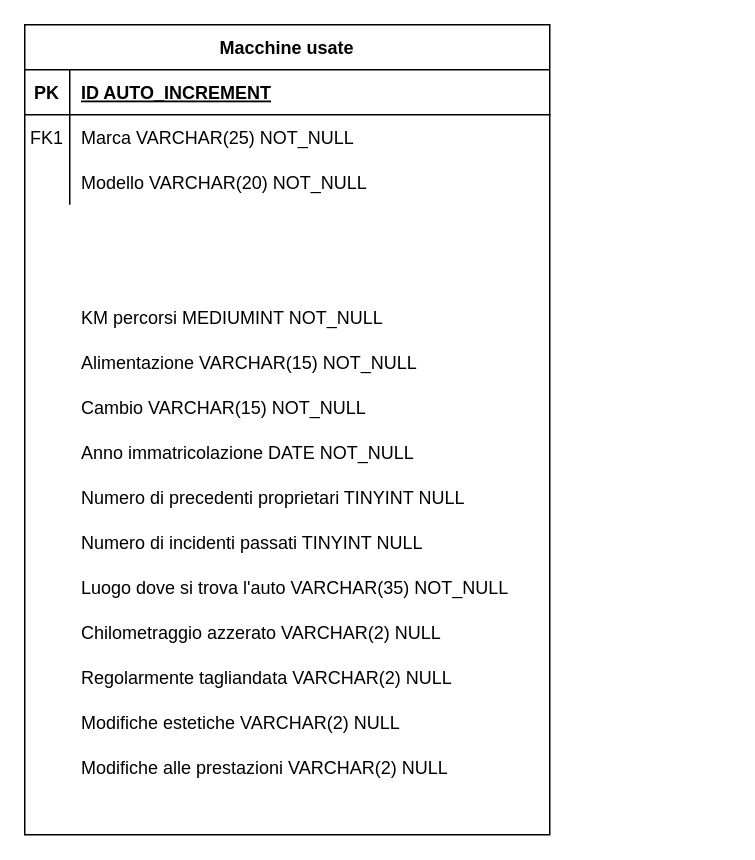
Above: Macchine usate.drawio in alessandro-barate/db-first (draw.io), before the change. Source tidied: cells renumbered, new cells numbered last; positions are measured from the earlier drawing's top-left corner, leaving out a move shared by most shapes. Both pictures are drawn from the tidied source at 150%, with x=0, y=0 at pixel (24, 24).
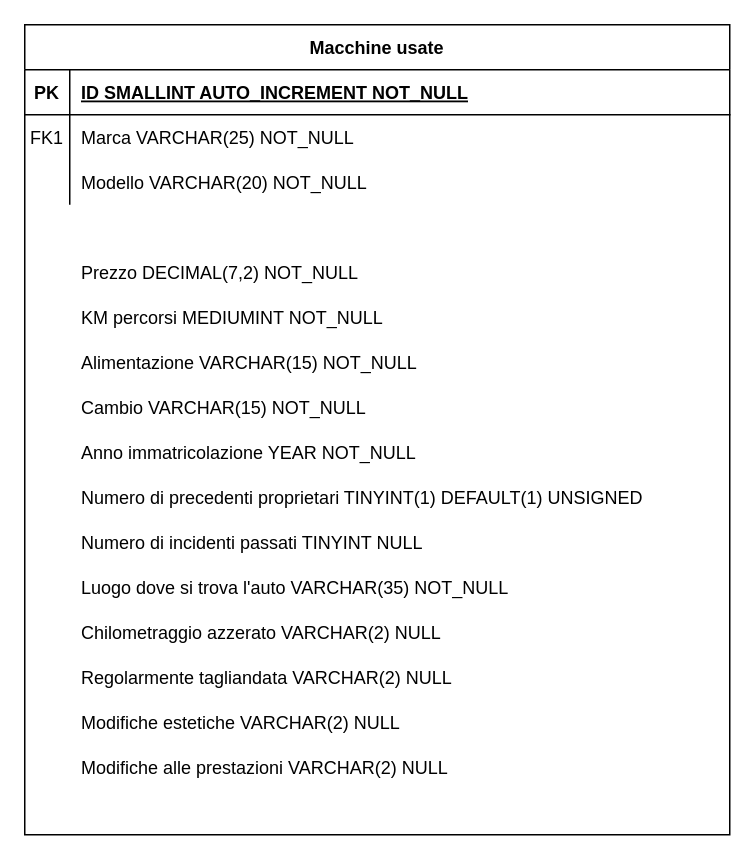
After the change.

Change to the diagram source:
```diff
@@
     <mxCell id="2" value="Macchine usate" style="shape=table;startSize=30;childLayout=tableLayout;rowLines=0;fontStyle=1;align=center;" parent="1" vertex="1">
-      <mxGeometry width="350" height="540" as="geometry" />
+      <mxGeometry width="470" height="540" as="geometry" />
     </mxCell>
     <mxCell id="3" style="shape=partialRectangle;fillColor=none;top=0;left=0;right=0;bottom=1;" parent="2" vertex="1">
-      <mxGeometry y="30" width="350" height="30" as="geometry" />
+      <mxGeometry y="30" width="470" height="30" as="geometry" />
     </mxCell>
@@
-    <mxCell id="5" value="ID AUTO_INCREMENT" style="shape=partialRectangle;overflow=hidden;fillColor=none;top=0;left=0;bottom=0;right=0;align=left;spacingLeft=6;fontStyle=5;" parent="3" vertex="1">
-      <mxGeometry x="30" width="320" height="30" as="geometry" />
+    <mxCell id="5" value="ID SMALLINT AUTO_INCREMENT NOT_NULL" style="shape=partialRectangle;overflow=hidden;fillColor=none;top=0;left=0;bottom=0;right=0;align=left;spacingLeft=6;fontStyle=5;" parent="3" vertex="1">
+      <mxGeometry x="30" width="440" height="30" as="geometry" />
     </mxCell>
     <mxCell id="6" style="shape=partialRectangle;fillColor=none;top=0;left=0;right=0;bottom=0;" parent="2" vertex="1">
-      <mxGeometry y="60" width="350" height="30" as="geometry" />
+      <mxGeometry y="60" width="470" height="30" as="geometry" />
     </mxCell>
@@
     <mxCell id="8" value="Marca VARCHAR(25) NOT_NULL" style="shape=partialRectangle;overflow=hidden;fillColor=none;top=0;left=0;bottom=0;right=0;align=left;spacingLeft=6;" parent="6" vertex="1">
-      <mxGeometry x="30" width="320" height="30" as="geometry" />
+      <mxGeometry x="30" width="440" height="30" as="geometry" />
     </mxCell>
     <mxCell id="9" style="shape=partialRectangle;fillColor=none;top=0;left=0;right=0;bottom=0;" parent="2" vertex="1">
-      <mxGeometry y="90" width="350" height="30" as="geometry" />
+      <mxGeometry y="90" width="470" height="30" as="geometry" />
     </mxCell>
@@
     <mxCell id="11" value="Modello VARCHAR(20) NOT_NULL" style="shape=partialRectangle;overflow=hidden;fillColor=none;top=0;left=0;bottom=0;right=0;align=left;spacingLeft=6;" parent="9" vertex="1">
-      <mxGeometry x="30" width="320" height="30" as="geometry" />
+      <mxGeometry x="30" width="440" height="30" as="geometry" />
     </mxCell>
     <mxCell id="12" value="KM percorsi MEDIUMINT NOT_NULL" style="shape=partialRectangle;overflow=hidden;fillColor=none;top=0;left=0;bottom=0;right=0;align=left;spacingLeft=6;" parent="1" vertex="1">
-      <mxGeometry x="30" y="180" width="320" height="30" as="geometry" />
+      <mxGeometry x="30" y="180" width="440" height="30" as="geometry" />
     </mxCell>
     <mxCell id="13" value="Alimentazione VARCHAR(15) NOT_NULL" style="shape=partialRectangle;overflow=hidden;fillColor=none;top=0;left=0;bottom=0;right=0;align=left;spacingLeft=6;" parent="1" vertex="1">
-      <mxGeometry x="30" y="210" width="320" height="30" as="geometry" />
+      <mxGeometry x="30" y="210" width="440" height="30" as="geometry" />
     </mxCell>
     <mxCell id="14" value="Cambio VARCHAR(15) NOT_NULL" style="shape=partialRectangle;overflow=hidden;fillColor=none;top=0;left=0;bottom=0;right=0;align=left;spacingLeft=6;" parent="1" vertex="1">
-      <mxGeometry x="30" y="240" width="320" height="30" as="geometry" />
+      <mxGeometry x="30" y="240" width="440" height="30" as="geometry" />
     </mxCell>
-    <mxCell id="15" value="Anno immatricolazione DATE NOT_NULL" style="shape=partialRectangle;overflow=hidden;fillColor=none;top=0;left=0;bottom=0;right=0;align=left;spacingLeft=6;" parent="1" vertex="1">
-      <mxGeometry x="30" y="270" width="320" height="30" as="geometry" />
+    <mxCell id="15" value="Anno immatricolazione YEAR NOT_NULL" style="shape=partialRectangle;overflow=hidden;fillColor=none;top=0;left=0;bottom=0;right=0;align=left;spacingLeft=6;" parent="1" vertex="1">
+      <mxGeometry x="30" y="270" width="440" height="30" as="geometry" />
     </mxCell>
-    <mxCell id="16" value="Numero di precedenti proprietari TINYINT NULL" style="shape=partialRectangle;overflow=hidden;fillColor=none;top=0;left=0;bottom=0;right=0;align=left;spacingLeft=6;" parent="1" vertex="1">
-      <mxGeometry x="30" y="300" width="320" height="30" as="geometry" />
+    <mxCell id="16" value="Numero di precedenti proprietari TINYINT(1) DEFAULT(1) UNSIGNED" style="shape=partialRectangle;overflow=hidden;fillColor=none;top=0;left=0;bottom=0;right=0;align=left;spacingLeft=6;" parent="1" vertex="1">
+      <mxGeometry x="30" y="300" width="440" height="30" as="geometry" />
     </mxCell>
     <mxCell id="17" value="Numero di incidenti passati TINYINT NULL" style="shape=partialRectangle;overflow=hidden;fillColor=none;top=0;left=0;bottom=0;right=0;align=left;spacingLeft=6;" parent="1" vertex="1">
-      <mxGeometry x="30" y="330" width="320" height="30" as="geometry" />
+      <mxGeometry x="30" y="330" width="440" height="30" as="geometry" />
     </mxCell>
     <mxCell id="18" value="Luogo dove si trova l'auto VARCHAR(35) NOT_NULL" style="shape=partialRectangle;overflow=hidden;fillColor=none;top=0;left=0;bottom=0;right=0;align=left;spacingLeft=6;" parent="1" vertex="1">
-      <mxGeometry x="30" y="360" width="320" height="30" as="geometry" />
+      <mxGeometry x="30" y="360" width="440" height="30" as="geometry" />
     </mxCell>
     <mxCell id="19" value="Chilometraggio azzerato VARCHAR(2) NULL" style="shape=partialRectangle;overflow=hidden;fillColor=none;top=0;left=0;bottom=0;right=0;align=left;spacingLeft=6;" parent="1" vertex="1">
-      <mxGeometry x="30" y="390" width="320" height="30" as="geometry" />
+      <mxGeometry x="30" y="390" width="440" height="30" as="geometry" />
     </mxCell>
     <mxCell id="20" value="Regolarmente tagliandata VARCHAR(2) NULL" style="shape=partialRectangle;overflow=hidden;fillColor=none;top=0;left=0;bottom=0;right=0;align=left;spacingLeft=6;" parent="1" vertex="1">
-      <mxGeometry x="30" y="420" width="320" height="30" as="geometry" />
+      <mxGeometry x="30" y="420" width="440" height="30" as="geometry" />
     </mxCell>
     <mxCell id="21" value="Modifiche estetiche VARCHAR(2) NULL" style="shape=partialRectangle;overflow=hidden;fillColor=none;top=0;left=0;bottom=0;right=0;align=left;spacingLeft=6;" parent="1" vertex="1">
-      <mxGeometry x="30" y="450" width="320" height="30" as="geometry" />
+      <mxGeometry x="30" y="450" width="440" height="30" as="geometry" />
     </mxCell>
     <mxCell id="22" value="Modifiche alle prestazioni VARCHAR(2) NULL" style="shape=partialRectangle;overflow=hidden;fillColor=none;top=0;left=0;bottom=0;right=0;align=left;spacingLeft=6;" parent="1" vertex="1">
-      <mxGeometry x="30" y="480" width="320" height="30" as="geometry" />
+      <mxGeometry x="30" y="480" width="440" height="30" as="geometry" />
     </mxCell>
+    <mxCell id="23" value="Prezzo DECIMAL(7,2) NOT_NULL" style="shape=partialRectangle;overflow=hidden;fillColor=none;top=0;left=0;bottom=0;right=0;align=left;spacingLeft=6;" parent="1" vertex="1">
+      <mxGeometry x="30" y="150" width="440" height="30" as="geometry" />
+    </mxCell>
```
